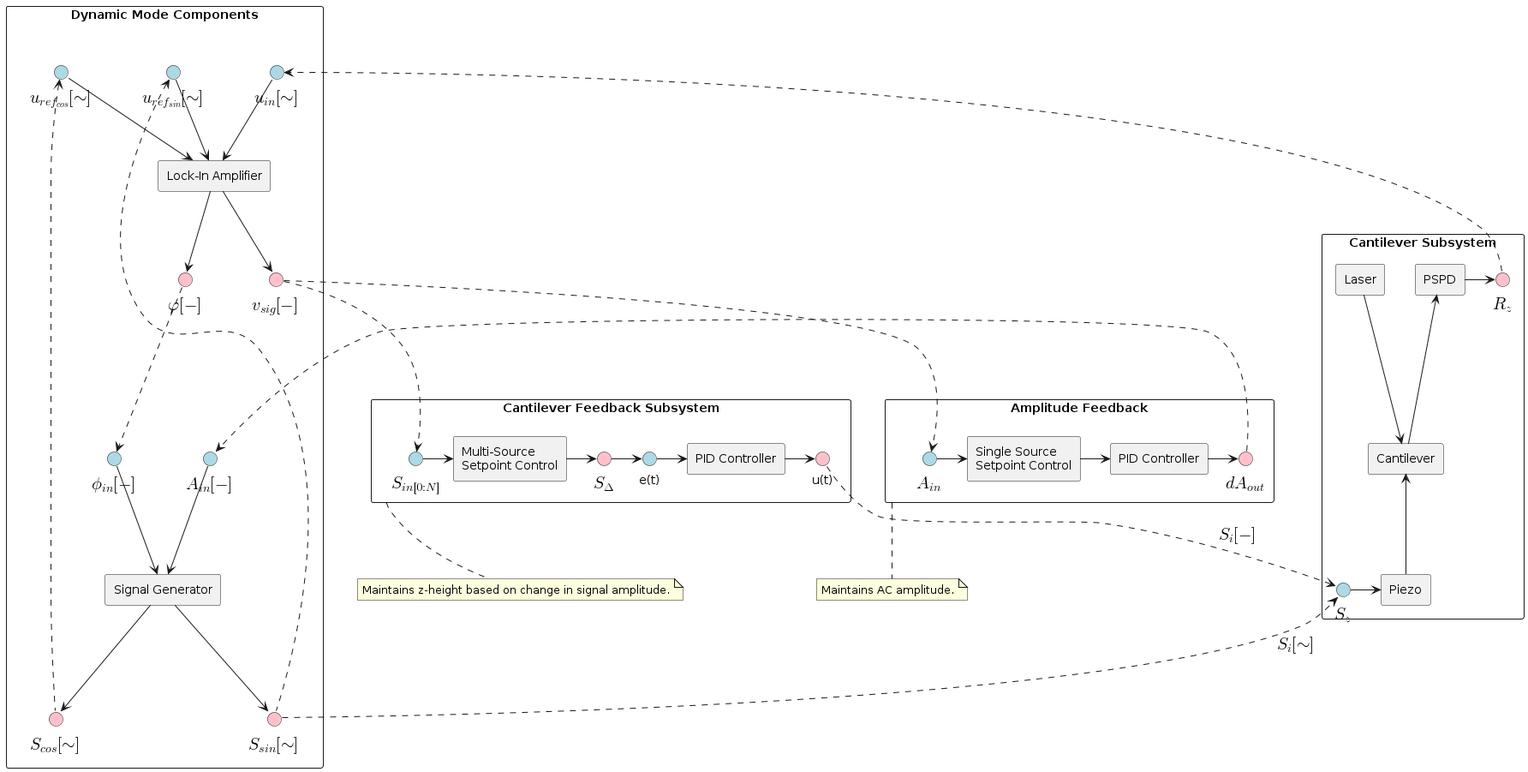
nsulmol/documentation keeps this PlantUML diagram as afm_spm_components/images/am-afm.png. Above is the earlier version. Source of this version:
```plantuml
@startuml
!include style.puml

!includesub cantilever_subsystem.puml!component
!includesub afm_components.puml!dynamic_mode_components

package " " <<layout>> as feedback_bundle {
  !includesub afm_components.puml!feedback_subsystem
  note bottom of feedback_subsystem
    Maintains z-height based on change in signal amplitude.
  end note

  component "Amplitude Feedback" as amp_feedback {
    component "Single Source\nSetpoint Control" as amp_sp_control
    component "PID Controller" as amp_pid
    interface "<latex>A_{in}</latex>" <<input>> as amp_feedback_in
    interface "<latex>dA_{out}</latex>" <<output>> as amp_feedback_out

    amp_feedback_in -> amp_sp_control
    amp_sp_control -> amp_pid
    amp_pid -> amp_feedback_out
  }
  note bottom of amp_feedback
    Maintains AC amplitude.
  end note
}

cs_pspd_out ..> li_u_in
sg_si_out .u.> li_u_refi_in
sg_sq_out .u.> li_u_refq_in
sg_si_out ..> cs_piezo_in: "<latex>S_i[\sim]</latex>"

li_amp_out ..> sm_s_in
pi_u_t_out ..> cs_piezo_in: "<latex>S_i[-]</latex>"

li_amp_out ..> amp_feedback_in
amp_feedback_out ..> sg_amp_in

li_phase_out ..> sg_phase_in
@enduml
```
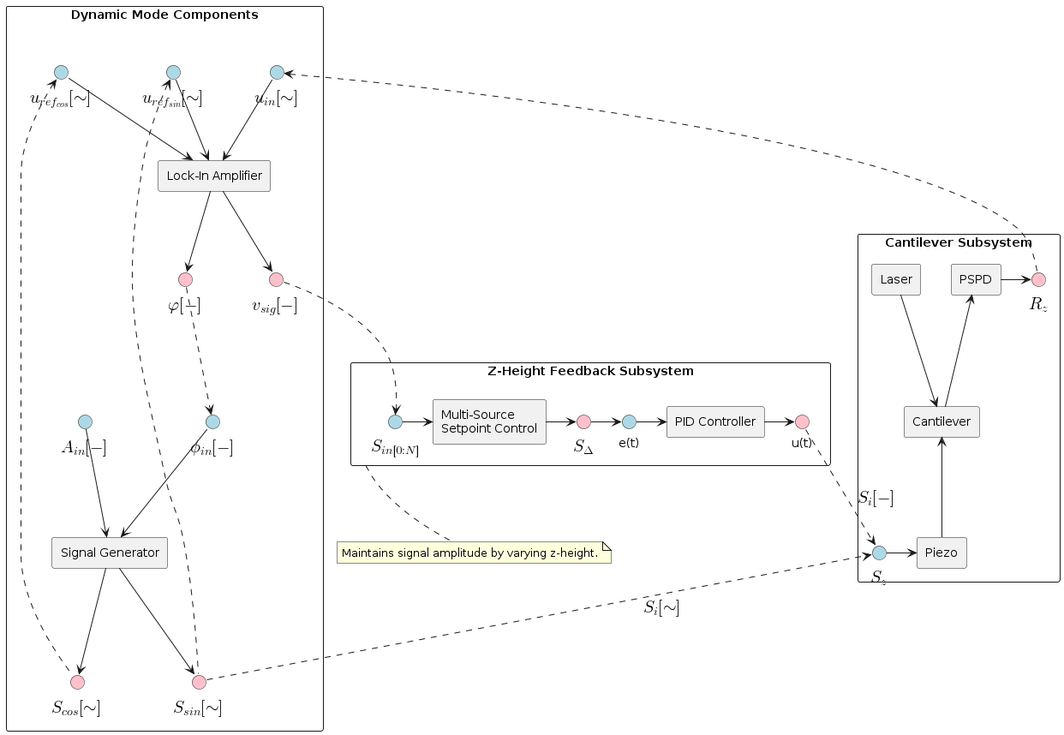
Later version of the same file.

The edit, as a diff of the source:
```diff
@@ -4,26 +4,10 @@
 !includesub cantilever_subsystem.puml!component
 !includesub afm_components.puml!dynamic_mode_components
 
-package " " <<layout>> as feedback_bundle {
-  !includesub afm_components.puml!feedback_subsystem
-  note bottom of feedback_subsystem
-    Maintains z-height based on change in signal amplitude.
-  end note
-
-  component "Amplitude Feedback" as amp_feedback {
-    component "Single Source\nSetpoint Control" as amp_sp_control
-    component "PID Controller" as amp_pid
-    interface "<latex>A_{in}</latex>" <<input>> as amp_feedback_in
-    interface "<latex>dA_{out}</latex>" <<output>> as amp_feedback_out
-
-    amp_feedback_in -> amp_sp_control
-    amp_sp_control -> amp_pid
-    amp_pid -> amp_feedback_out
-  }
-  note bottom of amp_feedback
-    Maintains AC amplitude.
-  end note
-}
+!includesub afm_components.puml!feedback_subsystem
+note bottom of feedback_subsystem
+  Maintains signal amplitude by varying z-height.
+end note
 
 cs_pspd_out ..> li_u_in
 sg_si_out .u.> li_u_refi_in
@@ -33,8 +17,5 @@
 li_amp_out ..> sm_s_in
 pi_u_t_out ..> cs_piezo_in: "<latex>S_i[-]</latex>"
 
-li_amp_out ..> amp_feedback_in
-amp_feedback_out ..> sg_amp_in
-
 li_phase_out ..> sg_phase_in
 @enduml
```
